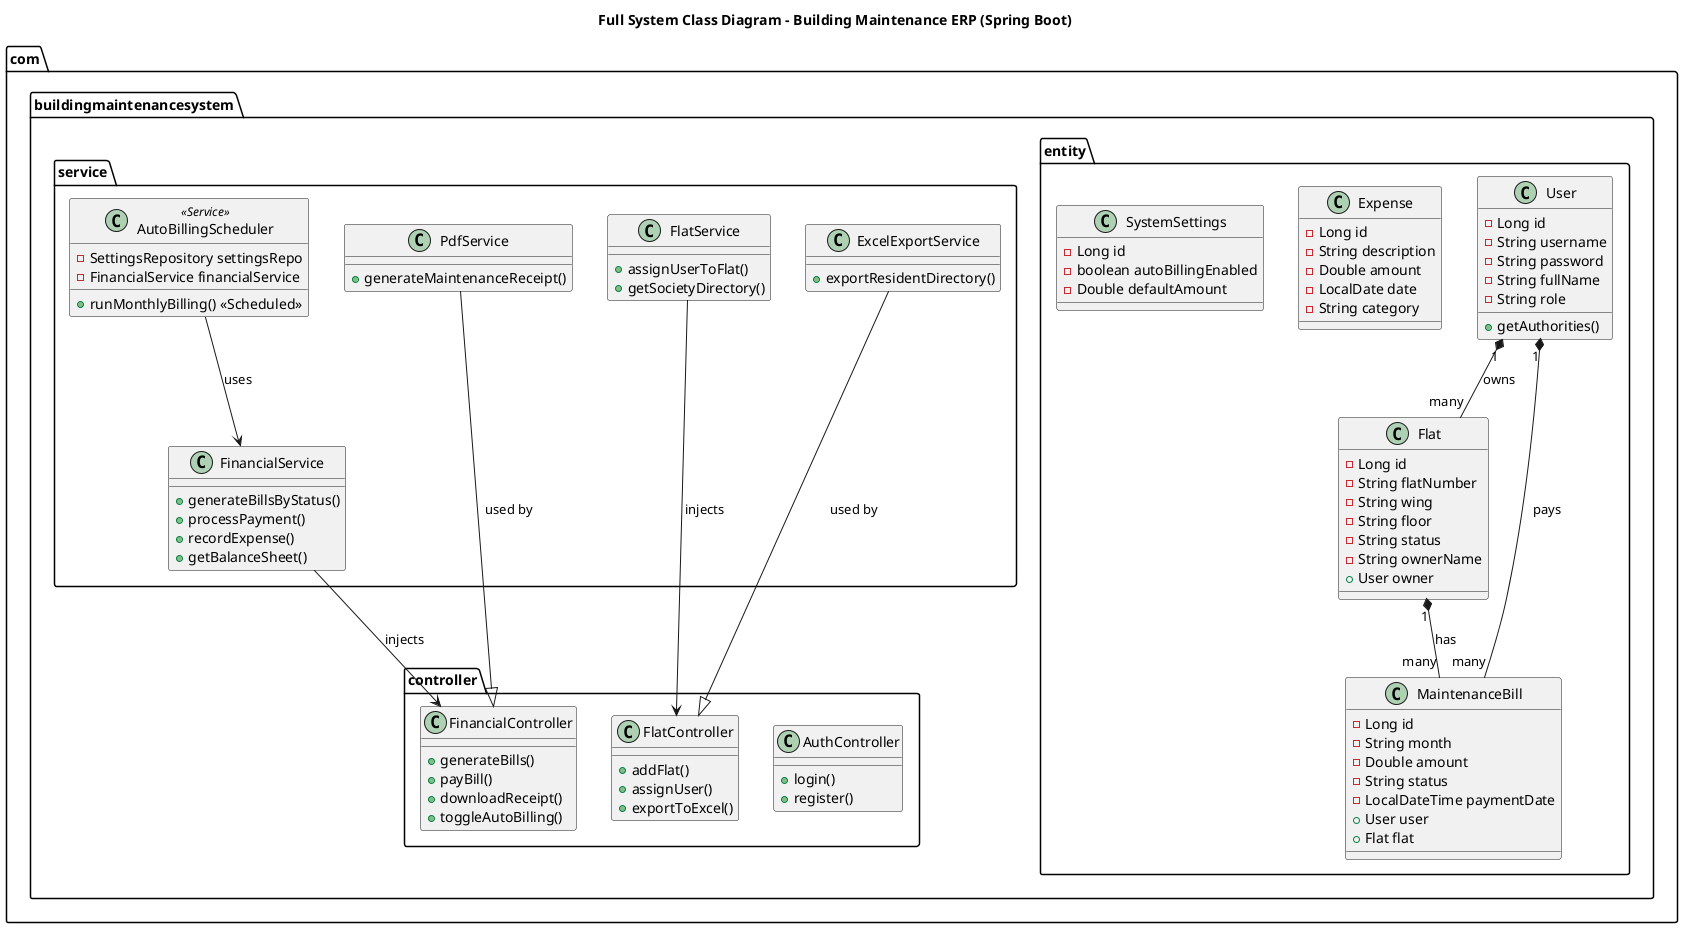
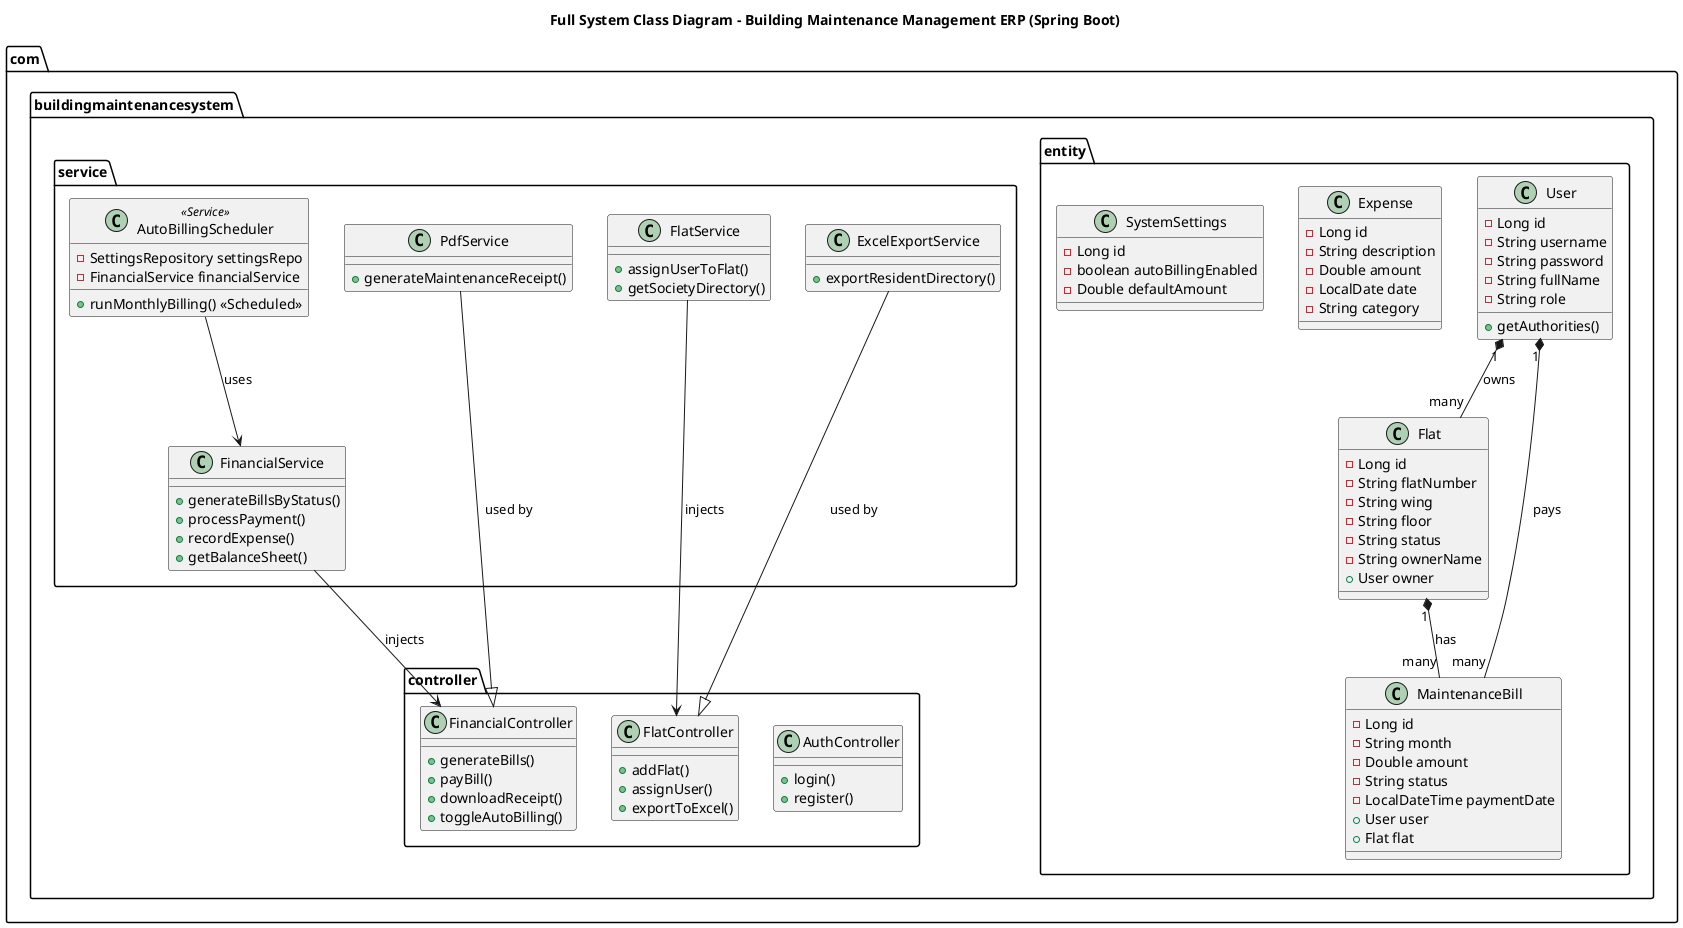
@startuml
- title Full System Class Diagram - Building Maintenance ERP (Spring Boot)
+ title Full System Class Diagram - Building Maintenance Management ERP (Spring Boot)

package "com.buildingmaintenancesystem.entity" {
    class User {
        - Long id
        - String username
        - String password
        - String fullName
        - String role
        + getAuthorities()
    }

    class Flat {
        - Long id
        - String flatNumber
        - String wing
        - String floor
        - String status
        - String ownerName
        + User owner
    }

    class MaintenanceBill {
        - Long id
        - String month
        - Double amount
        - String status
        - LocalDateTime paymentDate
        + User user
        + Flat flat
    }

    class Expense {
        - Long id
        - String description
        - Double amount
        - LocalDate date
        - String category
    }

    class SystemSettings {
        - Long id
        - boolean autoBillingEnabled
        - Double defaultAmount
    }
}

package "com.buildingmaintenancesystem.service" {
    class FinancialService {
        + generateBillsByStatus()
        + processPayment()
        + recordExpense()
        + getBalanceSheet()
    }

    class FlatService {
        + assignUserToFlat()
        + getSocietyDirectory()
    }

    class PdfService {
        + generateMaintenanceReceipt()
    }

    class ExcelExportService {
        + exportResidentDirectory()
    }

    class AutoBillingScheduler <<Service>> {
        - SettingsRepository settingsRepo
        - FinancialService financialService
        + runMonthlyBilling() <<Scheduled>>
    }
}

package "com.buildingmaintenancesystem.controller" {
    class AuthController {
        + login()
        + register()
    }
    class FlatController {
        + addFlat()
        + assignUser()
        + exportToExcel()
    }
    class FinancialController {
        + generateBills()
        + payBill()
        + downloadReceipt()
        + toggleAutoBilling()
    }
}

'--- Relationships ---
User "1" *-- "many" Flat : owns
User "1" *-- "many" MaintenanceBill : pays
Flat "1" *-- "many" MaintenanceBill : has
FinancialService --> FinancialController : injects
FlatService --> FlatController : injects
AutoBillingScheduler --> FinancialService : uses
PdfService --|> FinancialController : used by
ExcelExportService --|> FlatController : used by

@enduml